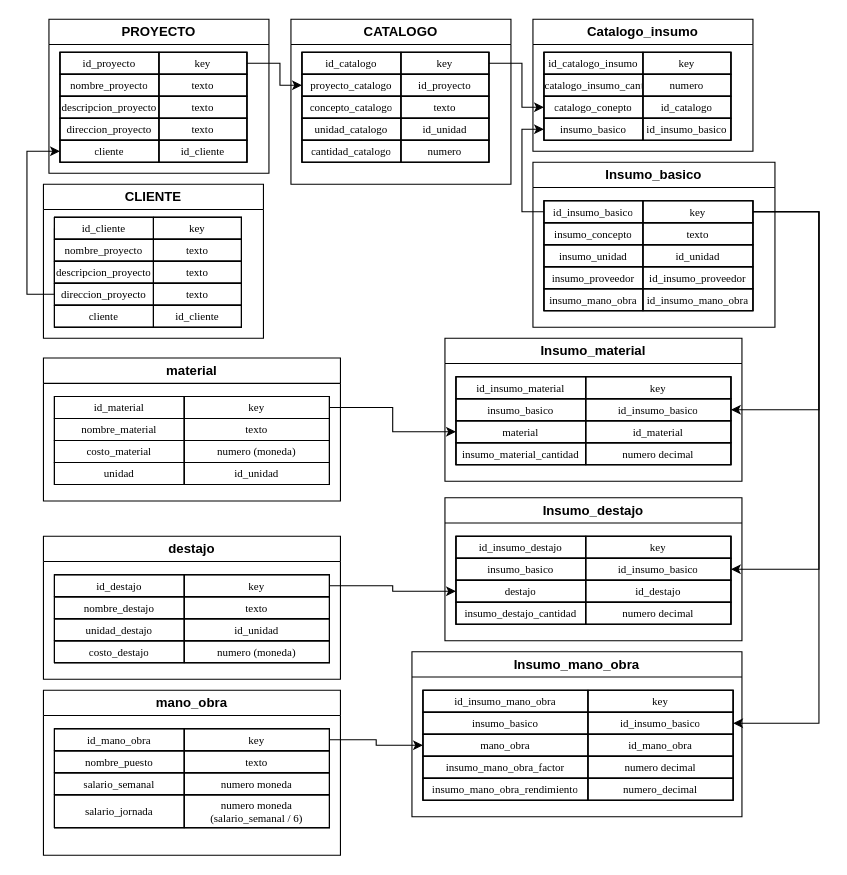
Before: Base_datos.drawio in joserra71/AdmonObra, a draw.io diagram. Source tidied: cells renumbered, new cells numbered last; positions are measured from the earlier drawing's top-left corner, leaving out a move shared by most shapes. Both pictures are drawn from the tidied source at 110%, with x=0, y=0 at pixel (26, 19).
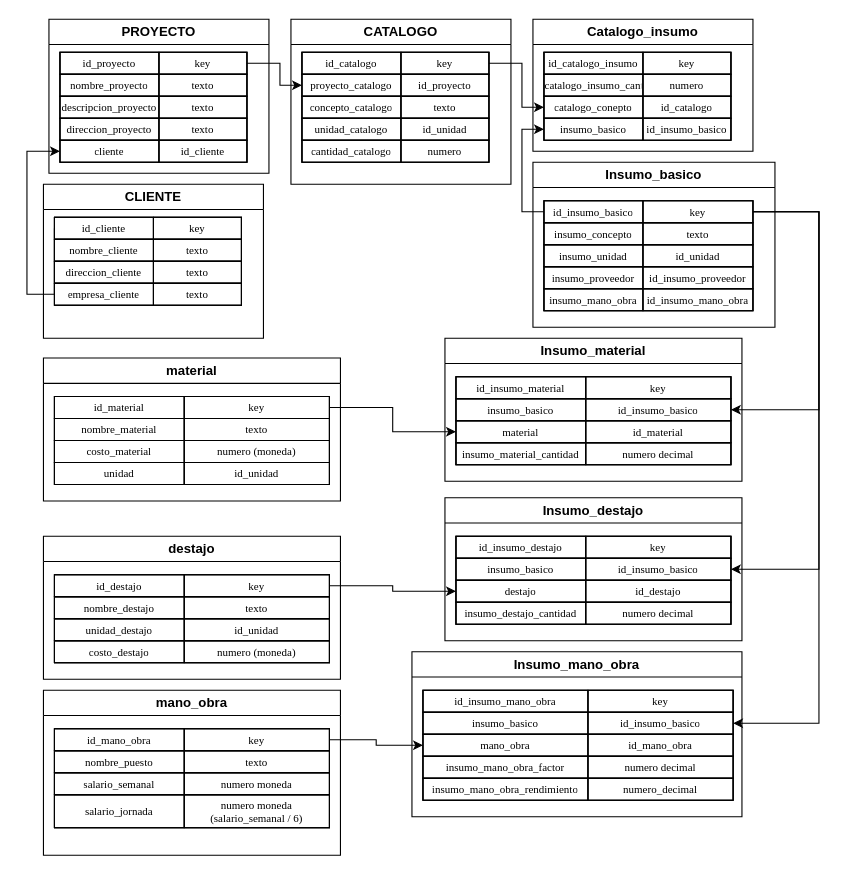
The same diagram, later.

The change refers to these unchanged cells:
```xml
<mxCell id="19" value="CLIENTE" style="swimlane;whiteSpace=wrap;html=1;" parent="1" vertex="1">
  <mxGeometry x="15" y="150" width="200" height="140" as="geometry" />
</mxCell>
<mxCell id="24" style="shape=tableRow;horizontal=0;startSize=0;swimlaneHead=0;swimlaneBody=0;strokeColor=inherit;fillColor=none;fixedHeader=1;" parent="20" vertex="1">
  <mxGeometry y="20" width="170" height="20" as="geometry" />
</mxCell>
```

What changed in the source:
```diff
@@
     <mxCell id="20" style="shape=table;startSize=0;childLayout=tableLayout;fixedHeader=1;tableRender=collapsed;" parent="19" vertex="1">
-      <mxGeometry x="10" y="30" width="170" height="100" as="geometry" />
+      <mxGeometry x="10" y="30" width="170" height="80" as="geometry" />
     </mxCell>
@@
-    <mxCell id="25" value="nombre_proyecto" style="shape=partialRectangle;html=1;whiteSpace=wrap;strokeColor=inherit;overflow=hidden;fillColor=none;fontFamily=Garamond;fontSize=10;" parent="24" vertex="1">
+    <mxCell id="25" value="nombre_cliente" style="shape=partialRectangle;html=1;whiteSpace=wrap;strokeColor=inherit;overflow=hidden;fillColor=none;fontFamily=Garamond;fontSize=10;" parent="24" vertex="1">
       <mxGeometry width="90" height="20" as="geometry" />
     </mxCell>
@@
-    <mxCell id="27" style="shape=tableRow;horizontal=0;startSize=0;swimlaneHead=0;swimlaneBody=0;strokeColor=inherit;fillColor=none;fixedHeader=1;" parent="20" vertex="1">
-      <mxGeometry y="40" width="170" height="20" as="geometry" />
-    </mxCell>
-    <mxCell id="28" value="descripcion_proyecto" style="shape=partialRectangle;html=1;whiteSpace=wrap;strokeColor=inherit;overflow=hidden;fillColor=none;fontFamily=Garamond;fontSize=10;" parent="27" vertex="1">
-      <mxGeometry width="90" height="20" as="geometry" />
-    </mxCell>
-    <mxCell id="29" value="texto" style="shape=partialRectangle;html=1;whiteSpace=wrap;strokeColor=inherit;overflow=hidden;fillColor=none;fontFamily=Garamond;fontSize=10;" parent="27" vertex="1">
-      <mxGeometry x="90" width="80" height="20" as="geometry" />
-    </mxCell>
     <mxCell id="30" style="shape=tableRow;horizontal=0;startSize=0;swimlaneHead=0;swimlaneBody=0;strokeColor=inherit;fillColor=none;fixedHeader=1;" parent="20" vertex="1">
-      <mxGeometry y="60" width="170" height="20" as="geometry" />
+      <mxGeometry y="40" width="170" height="20" as="geometry" />
     </mxCell>
-    <mxCell id="31" value="direccion_proyecto" style="shape=partialRectangle;html=1;whiteSpace=wrap;strokeColor=inherit;overflow=hidden;fillColor=none;fontFamily=Garamond;fontSize=10;" parent="30" vertex="1">
+    <mxCell id="31" value="direccion_cliente" style="shape=partialRectangle;html=1;whiteSpace=wrap;strokeColor=inherit;overflow=hidden;fillColor=none;fontFamily=Garamond;fontSize=10;" parent="30" vertex="1">
       <mxGeometry width="90" height="20" as="geometry" />
     </mxCell>
@@
     <mxCell id="33" style="shape=tableRow;horizontal=0;startSize=0;swimlaneHead=0;swimlaneBody=0;strokeColor=inherit;fillColor=none;fixedHeader=1;" parent="20" vertex="1">
-      <mxGeometry y="80" width="170" height="20" as="geometry" />
+      <mxGeometry y="60" width="170" height="20" as="geometry" />
     </mxCell>
-    <mxCell id="34" value="cliente" style="shape=partialRectangle;html=1;whiteSpace=wrap;strokeColor=inherit;overflow=hidden;fillColor=none;fontFamily=Garamond;fontSize=10;" parent="33" vertex="1">
+    <mxCell id="34" value="empresa_cliente" style="shape=partialRectangle;html=1;whiteSpace=wrap;strokeColor=inherit;overflow=hidden;fillColor=none;fontFamily=Garamond;fontSize=10;" parent="33" vertex="1">
       <mxGeometry width="90" height="20" as="geometry" />
     </mxCell>
-    <mxCell id="35" value="id_cliente" style="shape=partialRectangle;html=1;whiteSpace=wrap;strokeColor=inherit;overflow=hidden;fillColor=none;fontFamily=Garamond;fontSize=10;" parent="33" vertex="1">
+    <mxCell id="35" value="texto" style="shape=partialRectangle;html=1;whiteSpace=wrap;strokeColor=inherit;overflow=hidden;fillColor=none;fontFamily=Garamond;fontSize=10;" parent="33" vertex="1">
       <mxGeometry x="90" width="80" height="20" as="geometry" />
     </mxCell>
```
